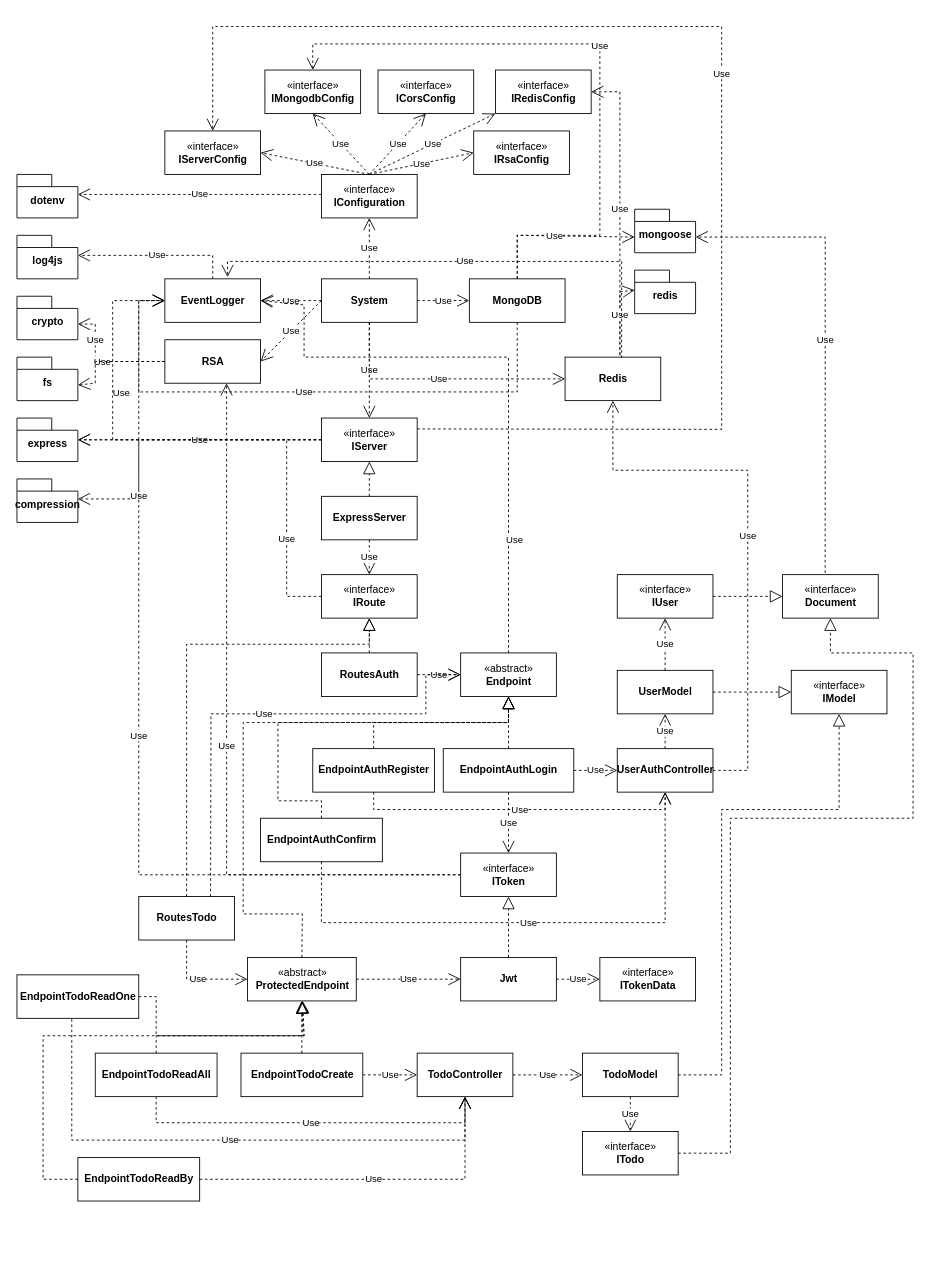
Before: api-docs/draw.io/architecture.drawio in syr0s/todo-backend, a draw.io diagram. Source tidied: cells renumbered, new cells numbered last; positions are measured from the earlier drawing's top-left corner, leaving out a move shared by most shapes. Both pictures are drawn from the tidied source at 87%, with x=0, y=0 at pixel (17, 26).
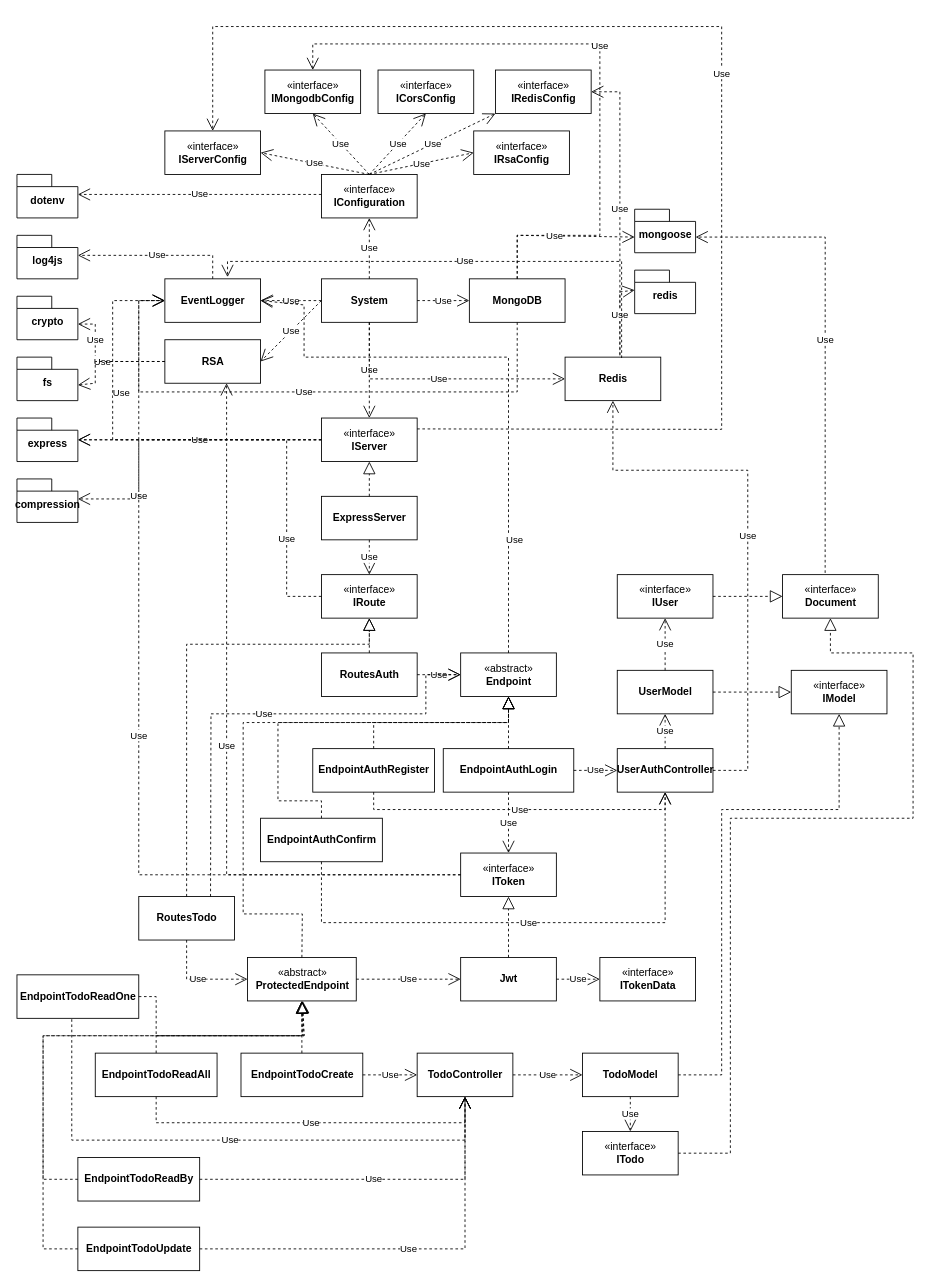
Above is the later version.

Unchanged cells that the change refers to:
```xml
<mxCell id="89" value="«abstract»&lt;br&gt;&lt;b&gt;ProtectedEndpoint&lt;/b&gt;" style="html=1;" parent="1" vertex="1">
  <mxGeometry x="265" y="1070" width="125" height="50" as="geometry" />
</mxCell>
<mxCell id="96" value="TodoController" style="html=1;fontStyle=1;" parent="1" vertex="1">
  <mxGeometry x="460" y="1180" width="110" height="50" as="geometry" />
</mxCell>
```

Diff of the diagram source:
```diff
@@
+    <mxCell id="111" value="EndpointTodoUpdate" style="html=1;fontStyle=1;" parent="1" vertex="1">
+      <mxGeometry x="70" y="1380" width="140" height="50" as="geometry" />
+    </mxCell>
+    <mxCell id="112" value="Use" style="endArrow=open;endSize=12;dashed=1;html=1;rounded=0;exitX=1;exitY=0.5;exitDx=0;exitDy=0;entryX=0.5;entryY=1;entryDx=0;entryDy=0;" parent="1" edge="1" source="111" target="96">
+      <mxGeometry relative="1" as="geometry">
+        <Array as="points">
+          <mxPoint x="515" y="1405" />
+        </Array>
+      </mxGeometry>
+    </mxCell>
+    <mxCell id="113" style="endArrow=block;dashed=1;endFill=0;endSize=12;html=1;rounded=0;exitX=0;exitY=0.5;exitDx=0;exitDy=0;entryX=0.5;entryY=1;entryDx=0;entryDy=0;" parent="1" edge="1" source="111" target="89">
+      <mxGeometry relative="1" as="geometry">
+        <Array as="points">
+          <mxPoint x="30" y="1405" />
+          <mxPoint x="30" y="1160" />
+          <mxPoint x="328" y="1160" />
+        </Array>
+      </mxGeometry>
+    </mxCell>
```
